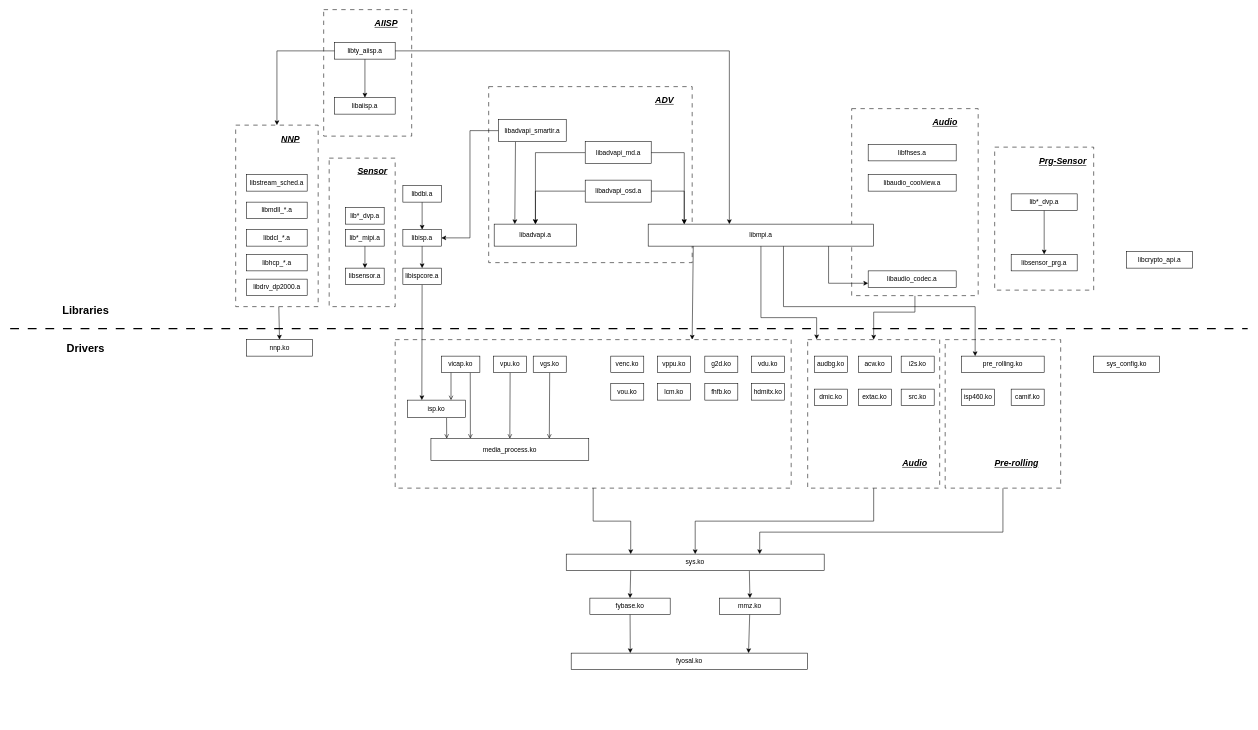
This is page "Linux" (1 of 2) of xc01 依赖关系.drawio from joliet0l/Diagram, a draw.io file, before an edit. Source tidied: cells renumbered, new cells numbered last; positions are measured from the earlier drawing's top-left corner, leaving out a move shared by most shapes. Both pictures are drawn from the tidied source at 55%, with x=0, y=0 at pixel (10, 9).
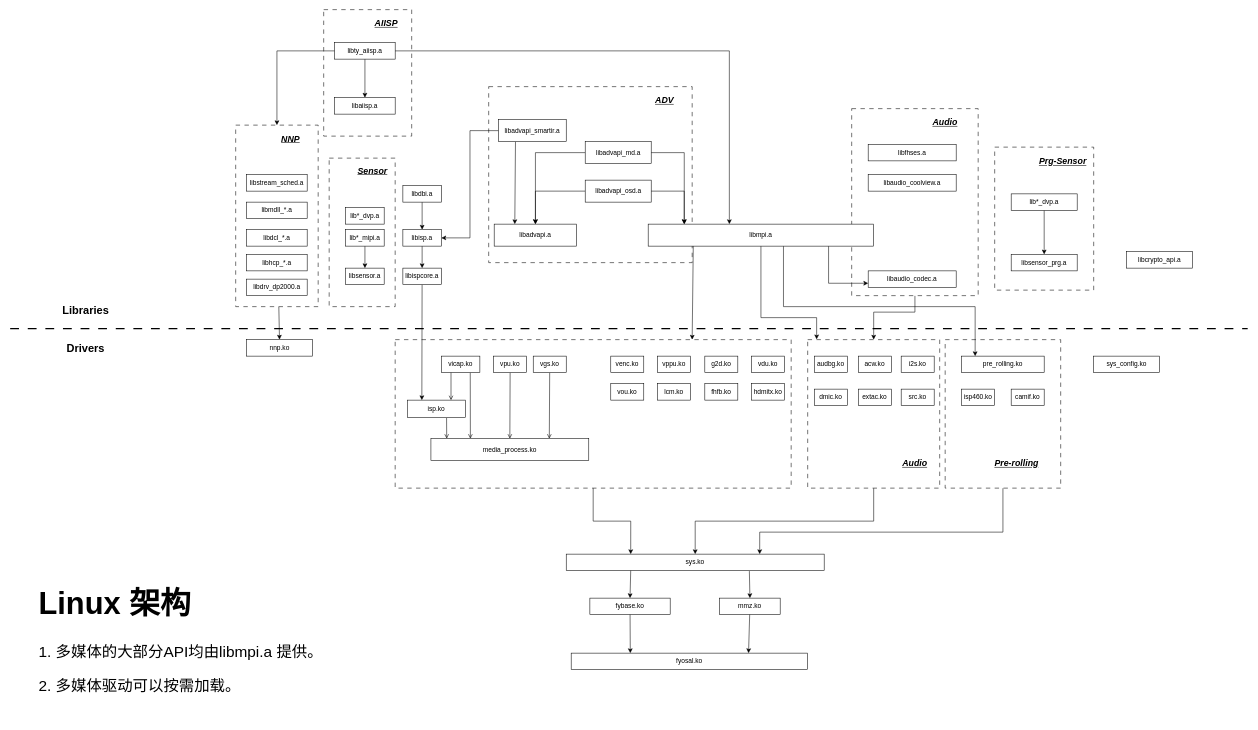
After the change.

Diff of the diagram source:
```diff
@@
+    <mxCell id="106" value="&lt;h1 style=&quot;margin-top: 0px;&quot;&gt;Linux 架构&lt;/h1&gt;&lt;p&gt;1. 多媒体的大部分API均由libmpi.a 提供。&lt;/p&gt;&lt;p&gt;2. 多媒体驱动可以按需加载。&lt;/p&gt;" style="text;html=1;whiteSpace=wrap;overflow=hidden;rounded=0;fontSize=28;" parent="1" vertex="1">
+      <mxGeometry x="50" y="1040" width="550" height="250" as="geometry" />
+    </mxCell>
```
